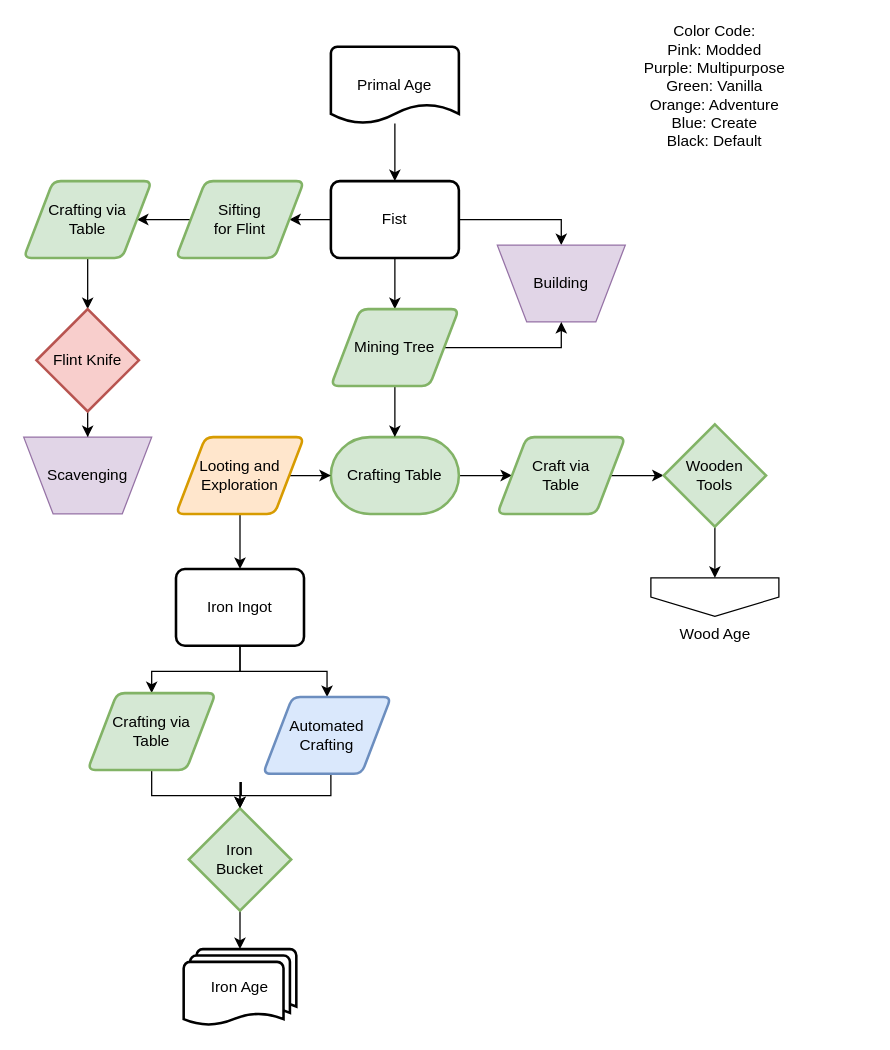
This is page "Example" (2 of 5) of flowcharts/progression.drawio from MeepishRealms/Cog, a draw.io file, before an edit. Source tidied: cells renumbered, new cells numbered last; positions are measured from the earlier drawing's top-left corner, leaving out a move shared by most shapes. Both pictures are drawn from the tidied source at 128%, with x=0, y=0 at pixel (23, 46).
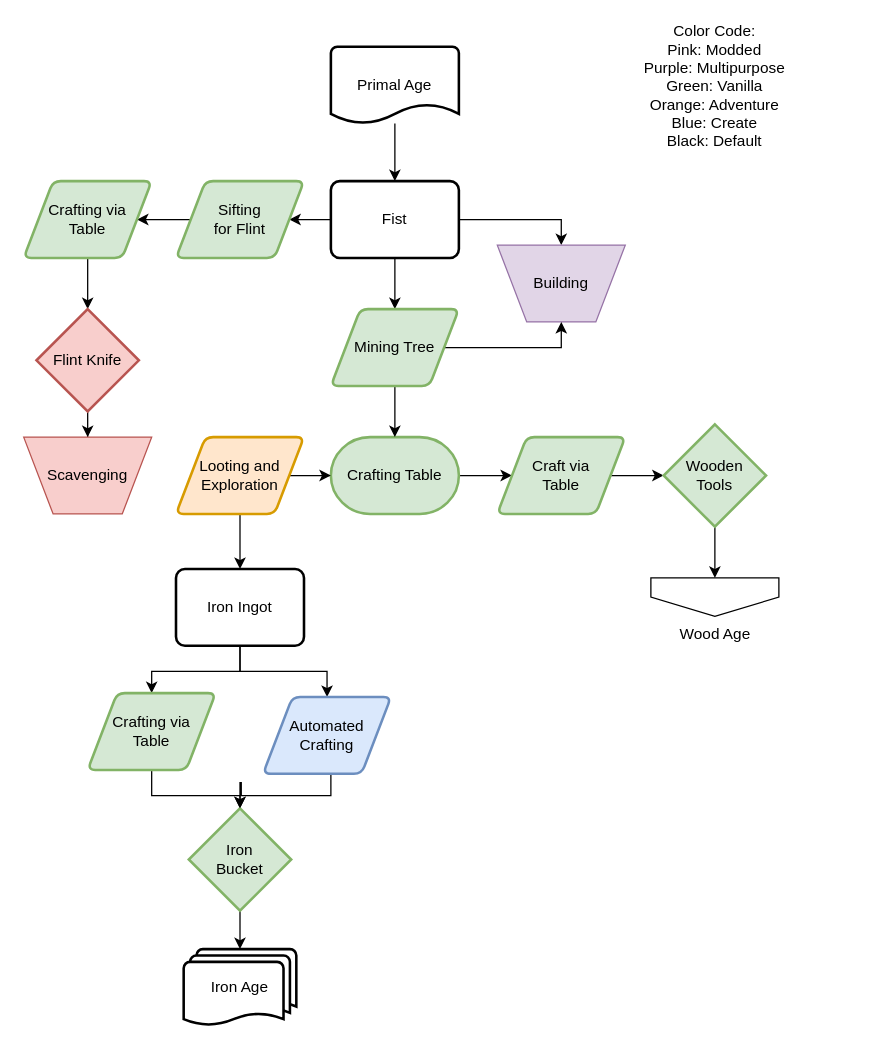
Above is the later version.

What changed in the source:
```diff
@@
-    <mxCell id="37" value="Scavenging" style="verticalLabelPosition=middle;verticalAlign=middle;html=1;shape=trapezoid;perimeter=trapezoidPerimeter;whiteSpace=wrap;size=0.23;arcSize=10;flipV=1;labelPosition=center;align=center;fillColor=#e1d5e7;strokeColor=#9673a6;" parent="1" vertex="1">
+    <mxCell id="37" value="Scavenging" style="verticalLabelPosition=middle;verticalAlign=middle;html=1;shape=trapezoid;perimeter=trapezoidPerimeter;whiteSpace=wrap;size=0.23;arcSize=10;flipV=1;labelPosition=center;align=center;fillColor=#f8cecc;strokeColor=#b85450;" parent="1" vertex="1">
       <mxGeometry y="305" width="100" height="60" as="geometry" />
     </mxCell>
```
